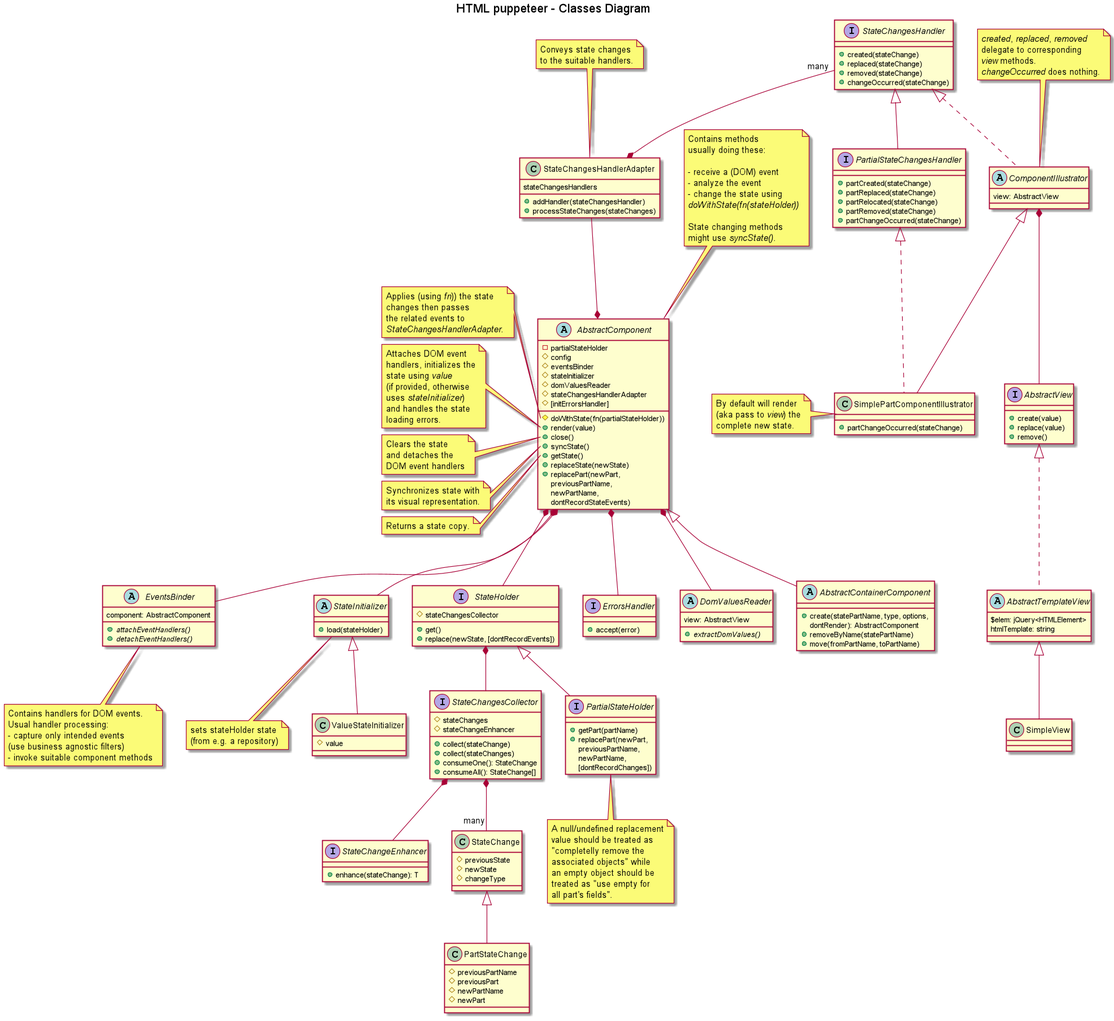
adrhc/html-puppeteer keeps this PlantUML diagram as design/classes-diagram-HTML_puppeteer___Classes_Diagram.png. Above is the earlier version.
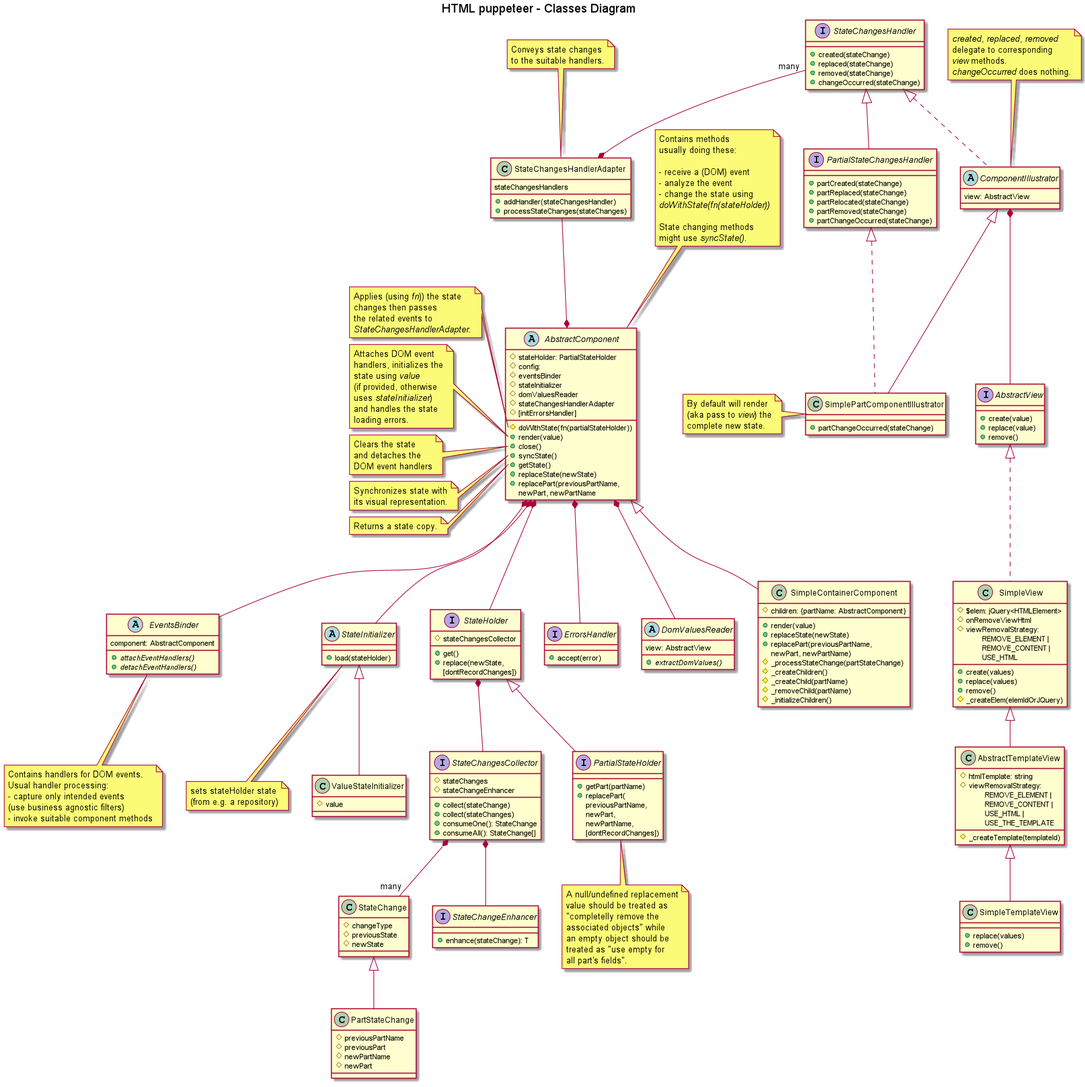
After the commit.

The edit, as a diff of the source:
```diff
@@ -3,8 +3,8 @@
 title HTML puppeteer - Classes Diagram
 
 abstract AbstractComponent {
-  -partialStateHolder
-  #config
+  #stateHolder: PartialStateHolder
+  #config:
   #eventsBinder
   #stateInitializer
   #domValuesReader
@@ -16,7 +16,7 @@
   +syncState()
   +getState()
   +replaceState(newState)
-  +replacePart(newPart, \npreviousPartName, \nnewPartName, \ndontRecordStateEvents)
+  +replacePart(previousPartName, \nnewPart, newPartName
 }
 
 note top of AbstractComponent
@@ -66,10 +66,17 @@
 Returns a state copy.
 end note
 
-abstract AbstractContainerComponent extends AbstractComponent {
-  +create(statePartName, type, options, \ndontRender): AbstractComponent
-  +removeByName(statePartName)
-  +move(fromPartName, toPartName)
+
+class SimpleContainerComponent extends AbstractComponent {
+#children: {partName: AbstractComponent}
++render(value)
++replaceState(newState)
++replacePart(previousPartName, \nnewPart, newPartName)
+#_processStateChange(partStateChange)
+#_createChildren()
+#_createChild(partName)
+#_removeChild(partName)
+#_initializeChildren()
 }
 
 abstract EventsBinder {
@@ -100,9 +107,9 @@
 }
 
 class StateChange {
+#changeType
 #previousState
 #newState
-#changeType
 }
 
 class PartStateChange extends StateChange {
@@ -127,14 +134,14 @@
 
 interface StateHolder {
 +get()
-+replace(newState, [dontRecordEvents])
++replace(newState, \n[dontRecordChanges])
 #stateChangesCollector
 }
 
 
 interface PartialStateHolder extends StateHolder {
 +getPart(partName)
-+replacePart(newPart, \npreviousPartName, \nnewPartName, \n[dontRecordChanges])
++replacePart(\npreviousPartName, \nnewPart, \nnewPartName, \n[dontRecordChanges])
 }
 
 note bottom of PartialStateHolder
@@ -160,12 +167,26 @@
 
 
 
-abstract AbstractTemplateView implements AbstractView {
-$elem: jQuery<HTMLElement>
-htmlTemplate: string
+class SimpleView implements AbstractView {
+#$elem: jQuery<HTMLElement>
+#onRemoveViewHtml
+#viewRemovalStrategy: \n\tREMOVE_ELEMENT |\n\tREMOVE_CONTENT |\n\tUSE_HTML
++create(values)
++replace(values)
++remove()
+#_createElem(elemIdOrJQuery)
 }
 
-class SimpleView extends AbstractTemplateView
+class AbstractTemplateView extends SimpleView {
+#htmlTemplate: string
+#viewRemovalStrategy: \n\tREMOVE_ELEMENT |\n\tREMOVE_CONTENT |\n\tUSE_HTML |\n\tUSE_THE_TEMPLATE
+#_createTemplate(templateId)
+}
+
+class SimpleTemplateView extends AbstractTemplateView {
++replace(values)
++remove()
+}
 
 class StateChangesHandlerAdapter {
 stateChangesHandlers
```
